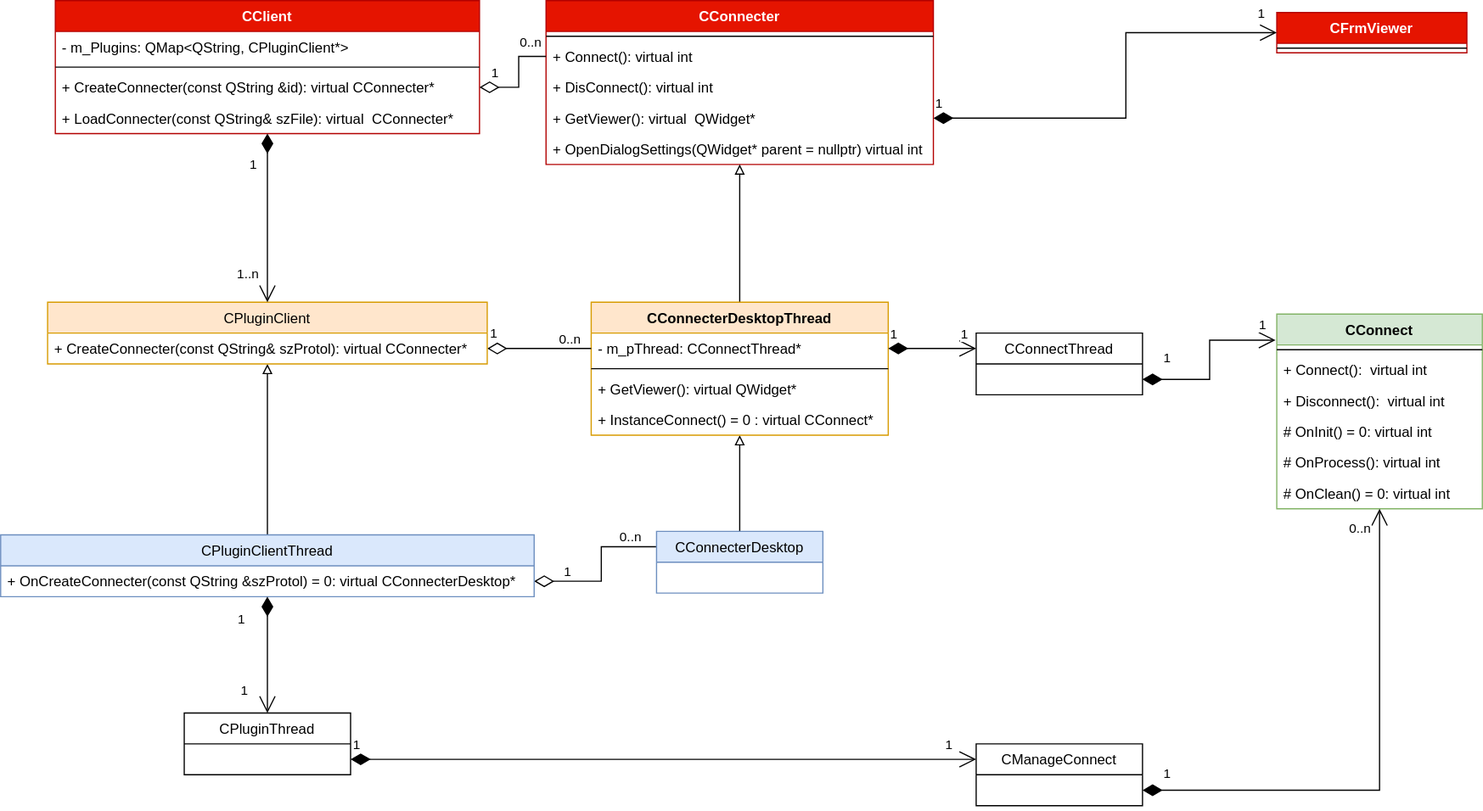
Earlier version of the draw.io export docs/Image/PluginClientAPI.svg (KangLin/RabbitRemoteControl). Source tidied: cells renumbered, new cells last; positions are measured from the earlier drawing's top-left corner, leaving out a move shared by most shapes.
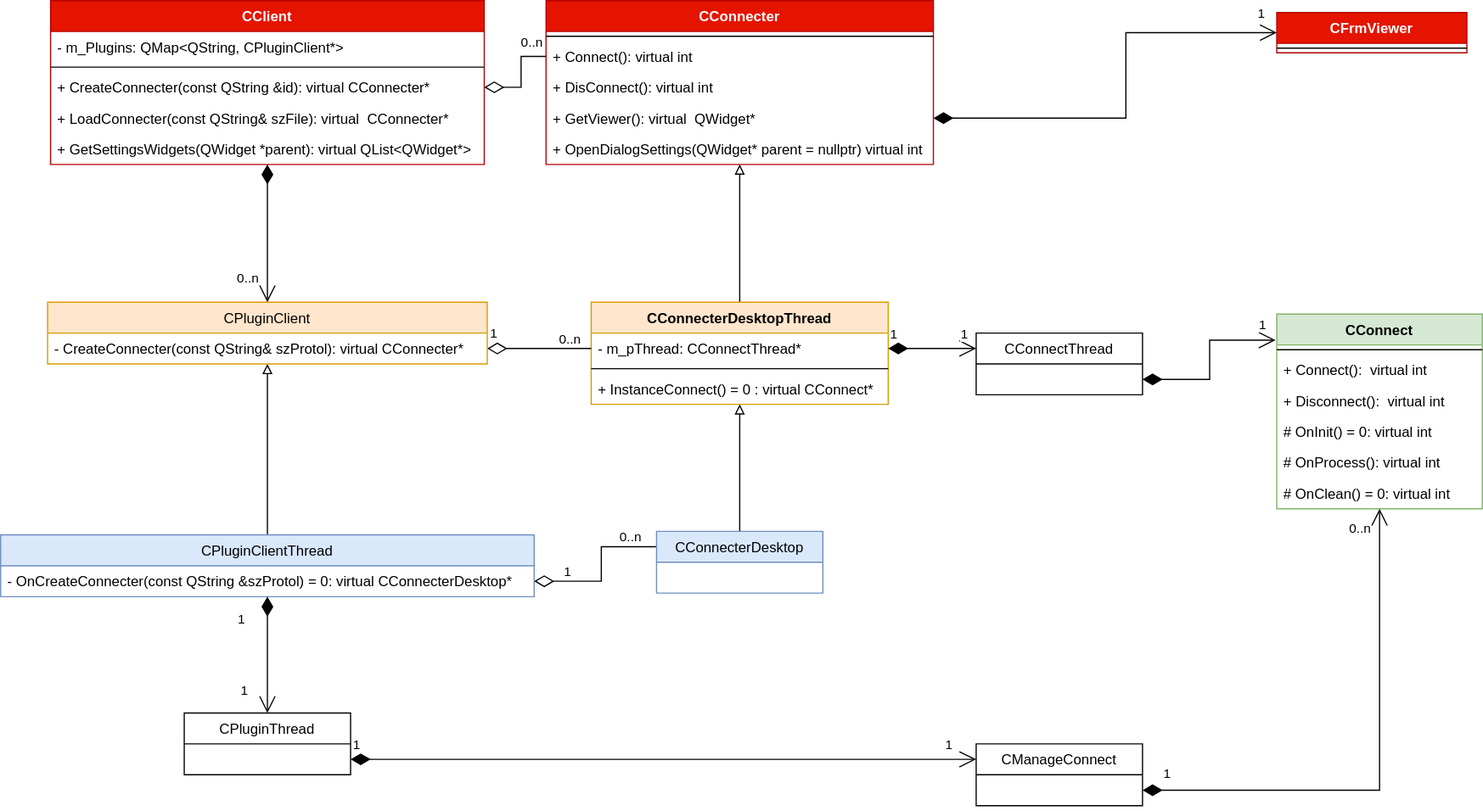
After the change.

Change to the diagram source:
```diff
@@ -3,36 +3,39 @@
     <mxCell id="0" />
     <mxCell id="1" parent="0" />
     <mxCell id="2" value="CClient" style="swimlane;fontStyle=1;align=center;verticalAlign=top;horizontal=1;startSize=26;fillColor=#e51400;fontColor=#ffffff;strokeColor=#B20000;" parent="1" vertex="1">
-      <mxGeometry x="46" width="357" height="112" as="geometry" />
+      <mxGeometry x="42" width="365" height="138" as="geometry" />
     </mxCell>
     <mxCell id="3" value="- m_Plugins: QMap&lt;QString, CPluginClient*&gt;" style="text;strokeColor=none;fillColor=none;align=left;verticalAlign=top;spacingLeft=4;spacingRight=4;overflow=hidden;" parent="2" vertex="1">
-      <mxGeometry y="26" width="357" height="26" as="geometry" />
+      <mxGeometry y="26" width="365" height="26" as="geometry" />
     </mxCell>
     <mxCell id="4" style="line;strokeWidth=1;fillColor=none;align=left;verticalAlign=middle;spacingTop=-1;spacingLeft=3;spacingRight=3;labelPosition=right;" parent="2" vertex="1">
-      <mxGeometry y="52" width="357" height="8" as="geometry" />
+      <mxGeometry y="52" width="365" height="8" as="geometry" />
     </mxCell>
-    <mxCell id="5" value="+ CreateConnecter(const QString &amp;id): virtural  CConnecter*" style="text;strokeColor=none;fillColor=none;align=left;verticalAlign=top;spacingLeft=4;spacingRight=4;overflow=hidden;points=[[0,0.5],[1,0.5]];portConstraint=eastwest;" parent="2" vertex="1">
-      <mxGeometry y="60" width="357" height="26" as="geometry" />
+    <mxCell id="5" value="+ CreateConnecter(const QString &amp;id): virtual CConnecter*" style="text;strokeColor=none;fillColor=none;align=left;verticalAlign=top;spacingLeft=4;spacingRight=4;overflow=hidden;points=[[0,0.5],[1,0.5]];portConstraint=eastwest;" parent="2" vertex="1">
+      <mxGeometry y="60" width="365" height="26" as="geometry" />
     </mxCell>
-    <mxCell id="6" value="+ LoadConnecter(const QString&amp; szFile): virtural  CConnecter*" style="text;strokeColor=none;fillColor=none;align=left;verticalAlign=top;spacingLeft=4;spacingRight=4;overflow=hidden;" parent="2" vertex="1">
-      <mxGeometry y="86" width="357" height="26" as="geometry" />
+    <mxCell id="6" value="+ LoadConnecter(const QString&amp; szFile): virtual  CConnecter*" style="text;strokeColor=none;fillColor=none;align=left;verticalAlign=top;spacingLeft=4;spacingRight=4;overflow=hidden;" parent="2" vertex="1">
+      <mxGeometry y="86" width="365" height="26" as="geometry" />
     </mxCell>
+    <mxCell id="61" value="+ GetSettingsWidgets(QWidget *parent): virtual QList&amp;lt;QWidget*&amp;gt;" style="text;strokeColor=none;fillColor=none;align=left;verticalAlign=top;spacingLeft=4;spacingRight=4;overflow=hidden;whiteSpace=wrap;html=1;" parent="2" vertex="1">
+      <mxGeometry y="112" width="365" height="26" as="geometry" />
+    </mxCell>
     <mxCell id="7" value="CConnecter" style="swimlane;fontStyle=1;align=center;verticalAlign=top;horizontal=1;startSize=26;fillColor=#e51400;fontColor=#ffffff;strokeColor=#B20000;" parent="1" vertex="1">
       <mxGeometry x="459" width="326" height="138" as="geometry" />
     </mxCell>
     <mxCell id="8" style="line;strokeWidth=1;fillColor=none;align=left;verticalAlign=middle;spacingTop=-1;spacingLeft=3;spacingRight=3;labelPosition=right;" parent="7" vertex="1">
       <mxGeometry y="26" width="326" height="8" as="geometry" />
     </mxCell>
-    <mxCell id="9" value="+ Connect(): virtural int" style="text;strokeColor=none;fillColor=none;align=left;verticalAlign=top;spacingLeft=4;spacingRight=4;overflow=hidden;points=[[0,0.5],[1,0.5]];portConstraint=eastwest;" parent="7" vertex="1">
+    <mxCell id="9" value="+ Connect(): virtual int" style="text;strokeColor=none;fillColor=none;align=left;verticalAlign=top;spacingLeft=4;spacingRight=4;overflow=hidden;points=[[0,0.5],[1,0.5]];portConstraint=eastwest;" parent="7" vertex="1">
       <mxGeometry y="34" width="326" height="26" as="geometry" />
     </mxCell>
-    <mxCell id="10" value="+ DisConnect(): virtural  int" style="text;strokeColor=none;fillColor=none;align=left;verticalAlign=top;spacingLeft=4;spacingRight=4;overflow=hidden;" parent="7" vertex="1">
+    <mxCell id="10" value="+ DisConnect(): virtual int" style="text;strokeColor=none;fillColor=none;align=left;verticalAlign=top;spacingLeft=4;spacingRight=4;overflow=hidden;" parent="7" vertex="1">
       <mxGeometry y="60" width="326" height="26" as="geometry" />
     </mxCell>
-    <mxCell id="11" value="+ GetViewer(): virtural  QWidget*" style="text;strokeColor=none;fillColor=none;align=left;verticalAlign=top;spacingLeft=4;spacingRight=4;overflow=hidden;points=[[0,0.5],[1,0.5]];portConstraint=eastwest;" parent="7" vertex="1">
+    <mxCell id="11" value="+ GetViewer(): virtual  QWidget*" style="text;strokeColor=none;fillColor=none;align=left;verticalAlign=top;spacingLeft=4;spacingRight=4;overflow=hidden;points=[[0,0.5],[1,0.5]];portConstraint=eastwest;" parent="7" vertex="1">
       <mxGeometry y="86" width="326" height="26" as="geometry" />
     </mxCell>
-    <mxCell id="12" value="+ OpenDialogSettings(QWidget* parent = nullptr) virtual int" style="text;strokeColor=none;fillColor=none;align=left;verticalAlign=top;spacingLeft=4;spacingRight=4;overflow=hidden;" parent="7" vertex="1">
+    <mxCell id="12" value="+ OpenDialogSettings(QWidget* parent = nullptr) virtual int" style="text;strokeColor=none;fillColor=none;align=left;verticalAlign=top;spacingLeft=4;spacingRight=4;overflow=hidden;" parent="7" vertex="1">
       <mxGeometry y="112" width="326" height="26" as="geometry" />
     </mxCell>
     <mxCell id="13" style="edgeStyle=orthogonalEdgeStyle;rounded=0;jettySize=auto;html=1;entryX=0.5;entryY=1;entryDx=0;entryDy=0;endArrow=block;endFill=0;" parent="1" edge="1" source="15" target="7">
@@ -42,7 +45,7 @@
       <mxGeometry relative="1" as="geometry" />
     </mxCell>
     <mxCell id="15" value="CConnecterDesktopThread&#10;" style="swimlane;fontStyle=1;align=center;verticalAlign=top;horizontal=1;startSize=26;fillColor=#ffe6cc;strokeColor=#d79b00;" parent="1" vertex="1">
-      <mxGeometry x="497" y="254" width="250" height="112" as="geometry" />
+      <mxGeometry x="497" y="254" width="250" height="86" as="geometry" />
     </mxCell>
     <mxCell id="16" value="- m_pThread: CConnectThread*" style="text;strokeColor=none;fillColor=none;align=left;verticalAlign=top;spacingLeft=4;spacingRight=4;overflow=hidden;points=[[0,0.5],[1,0.5]];portConstraint=eastwest;" parent="15" vertex="1">
       <mxGeometry y="26" width="250" height="26" as="geometry" />
@@ -50,11 +53,8 @@
     <mxCell id="17" style="line;strokeWidth=1;fillColor=none;align=left;verticalAlign=middle;spacingTop=-1;spacingLeft=3;spacingRight=3;labelPosition=right;" parent="15" vertex="1">
       <mxGeometry y="52" width="250" height="8" as="geometry" />
     </mxCell>
-    <mxCell id="18" value="+ GetViewer(): virtural QWidget*" style="text;strokeColor=none;fillColor=none;align=left;verticalAlign=top;spacingLeft=4;spacingRight=4;overflow=hidden;" parent="15" vertex="1">
-      <mxGeometry y="60" width="250" height="26" as="geometry" />
-    </mxCell>
-    <mxCell id="19" value="+ InstanceConnect() = 0 : virtural CConnect*" style="text;strokeColor=none;fillColor=none;align=left;verticalAlign=top;spacingLeft=4;spacingRight=4;overflow=hidden;" parent="15" vertex="1">
-      <mxGeometry y="86" width="250" height="26" as="geometry" />
+    <mxCell id="19" value="+ InstanceConnect() = 0 : virtual CConnect*" style="text;strokeColor=none;fillColor=none;align=left;verticalAlign=top;spacingLeft=4;spacingRight=4;overflow=hidden;" parent="15" vertex="1">
+      <mxGeometry y="60" width="250" height="26" as="geometry" />
     </mxCell>
     <mxCell id="20" value="CFrmViewer" style="swimlane;fontStyle=1;align=center;verticalAlign=top;horizontal=1;startSize=26;fillColor=#e51400;fontColor=#ffffff;strokeColor=#B20000;" parent="1" vertex="1">
       <mxGeometry x="1074" y="10" width="160" height="34" as="geometry" />
@@ -74,13 +74,13 @@
     <mxCell id="25" value="+ Disconnect():  virtual int" style="text;strokeColor=none;fillColor=none;align=left;verticalAlign=top;spacingLeft=4;spacingRight=4;overflow=hidden;" parent="22" vertex="1">
       <mxGeometry y="60" width="173" height="26" as="geometry" />
     </mxCell>
-    <mxCell id="26" value="# OnInit() = 0: virtural  int" style="text;strokeColor=none;fillColor=none;align=left;verticalAlign=top;spacingLeft=4;spacingRight=4;overflow=hidden;" parent="22" vertex="1">
+    <mxCell id="26" value="# OnInit() = 0: virtual  int" style="text;strokeColor=none;fillColor=none;align=left;verticalAlign=top;spacingLeft=4;spacingRight=4;overflow=hidden;" parent="22" vertex="1">
       <mxGeometry y="86" width="173" height="26" as="geometry" />
     </mxCell>
-    <mxCell id="27" value="# OnProcess(): virtural  int" style="text;strokeColor=none;fillColor=none;align=left;verticalAlign=top;spacingLeft=4;spacingRight=4;overflow=hidden;" parent="22" vertex="1">
+    <mxCell id="27" value="# OnProcess(): virtual  int" style="text;strokeColor=none;fillColor=none;align=left;verticalAlign=top;spacingLeft=4;spacingRight=4;overflow=hidden;" parent="22" vertex="1">
       <mxGeometry y="112" width="173" height="26" as="geometry" />
     </mxCell>
-    <mxCell id="28" value="# OnClean() = 0: virtural int" style="text;strokeColor=none;fillColor=none;align=left;verticalAlign=top;spacingLeft=4;spacingRight=4;overflow=hidden;" parent="22" vertex="1">
+    <mxCell id="28" value="# OnClean() = 0: virtual int" style="text;strokeColor=none;fillColor=none;align=left;verticalAlign=top;spacingLeft=4;spacingRight=4;overflow=hidden;" parent="22" vertex="1">
       <mxGeometry y="138" width="173" height="26" as="geometry" />
     </mxCell>
     <mxCell id="29" style="edgeStyle=orthogonalEdgeStyle;rounded=0;jettySize=auto;html=1;startArrow=diamondThin;startFill=0;endArrow=none;endFill=0;exitX=1;exitY=0.5;exitDx=0;exitDy=0;startSize=14;entryX=0;entryY=0.5;entryDx=0;entryDy=0;" parent="1" edge="1" source="34" target="16">
@@ -107,7 +107,7 @@
     <mxCell id="33" value="CPluginClient" style="swimlane;fontStyle=0;horizontal=1;startSize=26;fillColor=#ffe6cc;strokeColor=#d79b00;" parent="1" vertex="1">
       <mxGeometry x="39.5" y="254" width="370" height="52" as="geometry" />
     </mxCell>
-    <mxCell id="34" value="+ CreateConnecter(const QString&amp; szProtol): virtural CConnecter*&#10;" style="text;strokeColor=none;fillColor=none;align=left;verticalAlign=top;spacingLeft=4;spacingRight=4;overflow=hidden;points=[[0,0.5],[1,0.5]];portConstraint=eastwest;" parent="33" vertex="1">
+    <mxCell id="34" value="- CreateConnecter(const QString&amp; szProtol): virtual CConnecter*" style="text;strokeColor=none;fillColor=none;align=left;verticalAlign=top;spacingLeft=4;spacingRight=4;overflow=hidden;points=[[0,0.5],[1,0.5]];portConstraint=eastwest;" parent="33" vertex="1">
       <mxGeometry y="26" width="370" height="26" as="geometry" />
     </mxCell>
     <mxCell id="35" value="CConnectThread" style="swimlane;fontStyle=0;horizontal=1;startSize=26;fillColor=none;" parent="1" vertex="1">
@@ -129,7 +129,7 @@
     <mxCell id="39" value="CPluginClientThread" style="swimlane;fontStyle=0;horizontal=1;startSize=26;fillColor=#dae8fc;strokeColor=#6c8ebf;" parent="1" vertex="1">
       <mxGeometry y="450" width="449" height="52" as="geometry" />
     </mxCell>
-    <mxCell id="40" value="+ OnCreateConnecter(const QString &amp;szProtol) = 0: virtual CConnecterDesktop* " style="text;strokeColor=none;fillColor=none;align=left;verticalAlign=top;spacingLeft=4;spacingRight=4;overflow=hidden;points=[[0,0.5],[1,0.5]];portConstraint=eastwest;" parent="39" vertex="1">
+    <mxCell id="40" value="- OnCreateConnecter(const QString &amp;szProtol) = 0: virtual CConnecterDesktop* " style="text;strokeColor=none;fillColor=none;align=left;verticalAlign=top;spacingLeft=4;spacingRight=4;overflow=hidden;points=[[0,0.5],[1,0.5]];portConstraint=eastwest;" parent="39" vertex="1">
       <mxGeometry y="26" width="449" height="26" as="geometry" />
     </mxCell>
     <mxCell id="41" value="CConnecterDesktop" style="swimlane;fontStyle=0;horizontal=1;startSize=26;fillColor=#dae8fc;strokeColor=#6c8ebf;" parent="1" vertex="1">
@@ -144,11 +144,6 @@
     <mxCell id="44" style="edgeStyle=orthogonalEdgeStyle;rounded=0;jettySize=auto;html=1;entryX=0;entryY=0.5;entryDx=0;entryDy=0;endArrow=none;endFill=0;startArrow=diamondThin;startFill=0;startSize=14;endSize=12;" parent="1" edge="1" source="5" target="9">
       <mxGeometry relative="1" as="geometry" />
     </mxCell>
-    <mxCell id="45" value="1" style="edgeLabel;html=1;align=center;verticalAlign=middle;" parent="44" vertex="1">
-      <mxGeometry x="-0.7" relative="1" as="geometry">
-        <mxPoint y="-13" as="offset" />
-      </mxGeometry>
-    </mxCell>
     <mxCell id="46" value="0..n" style="edgeLabel;html=1;align=center;verticalAlign=middle;" parent="44" vertex="1">
       <mxGeometry x="0.74" relative="1" as="geometry">
         <mxPoint x="-3" y="-13" as="offset" />
@@ -170,7 +165,7 @@
         <mxPoint x="-16" as="offset" />
       </mxGeometry>
     </mxCell>
-    <mxCell id="51" value="1" style="endArrow=open;html=1;endSize=12;startArrow=diamondThin;startSize=14;startFill=1;edgeStyle=orthogonalEdgeStyle;align=left;verticalAlign=bottom;rounded=0;exitX=1;exitY=0.75;exitDx=0;exitDy=0;entryX=-0.006;entryY=0.134;entryDx=0;entryDy=0;entryPerimeter=0;" parent="1" edge="1" source="35" target="22">
+    <mxCell id="51" style="endArrow=open;html=1;endSize=12;startArrow=diamondThin;startSize=14;startFill=1;edgeStyle=orthogonalEdgeStyle;align=left;verticalAlign=bottom;rounded=0;exitX=1;exitY=0.75;exitDx=0;exitDy=0;entryX=-0.006;entryY=0.134;entryDx=0;entryDy=0;entryPerimeter=0;" parent="1" edge="1" source="35" target="22">
       <mxGeometry x="-0.78" y="9" relative="1" as="geometry" />
     </mxCell>
     <mxCell id="52" value="1" style="edgeLabel;html=1;align=center;verticalAlign=middle;" parent="51" vertex="1">
@@ -178,8 +173,8 @@
         <mxPoint y="-15" as="offset" />
       </mxGeometry>
     </mxCell>
-    <mxCell id="53" value="1" style="endArrow=open;html=1;endSize=12;startArrow=diamondThin;startSize=14;startFill=1;edgeStyle=orthogonalEdgeStyle;align=left;verticalAlign=bottom;rounded=0;exitX=1;exitY=0.5;exitDx=0;exitDy=0;entryX=0;entryY=0.5;entryDx=0;entryDy=0;" parent="1" edge="1" source="11" target="20">
-      <mxGeometry x="-1" y="3" relative="1" as="geometry">
+    <mxCell id="53" style="endArrow=open;html=1;endSize=12;startArrow=diamondThin;startSize=14;startFill=1;edgeStyle=orthogonalEdgeStyle;align=left;verticalAlign=bottom;rounded=0;exitX=1;exitY=0.5;exitDx=0;exitDy=0;entryX=0;entryY=0.5;entryDx=0;entryDy=0;" parent="1" edge="1" source="11" target="20">
+      <mxGeometry x="-0.93" y="19" relative="1" as="geometry">
         <Array as="points">
           <mxPoint x="947" y="99" />
           <mxPoint x="947" y="27" />
@@ -207,10 +202,10 @@
         <mxPoint x="-19" y="-9" as="offset" />
       </mxGeometry>
     </mxCell>
-    <mxCell id="59" value="1" style="endArrow=open;html=1;endSize=12;startArrow=diamondThin;startSize=14;startFill=1;edgeStyle=orthogonalEdgeStyle;align=left;verticalAlign=bottom;rounded=0;exitX=0.5;exitY=1;exitDx=0;exitDy=0;entryX=0.5;entryY=0;entryDx=0;entryDy=0;" parent="1" edge="1" source="2" target="33">
+    <mxCell id="59" style="endArrow=open;html=1;endSize=12;startArrow=diamondThin;startSize=14;startFill=1;edgeStyle=orthogonalEdgeStyle;align=left;verticalAlign=bottom;rounded=0;exitX=0.5;exitY=1;exitDx=0;exitDy=0;entryX=0.5;entryY=0;entryDx=0;entryDy=0;" parent="1" edge="1" source="2" target="33">
       <mxGeometry x="-0.5" y="-17" relative="1" as="geometry" />
     </mxCell>
-    <mxCell id="60" value="1..n" style="edgeLabel;html=1;align=center;verticalAlign=middle;" parent="59" vertex="1">
+    <mxCell id="60" value="0..n" style="edgeLabel;html=1;align=center;verticalAlign=middle;" parent="59" vertex="1">
       <mxGeometry x="0.65" relative="1" as="geometry">
         <mxPoint x="-17" as="offset" />
       </mxGeometry>
```
